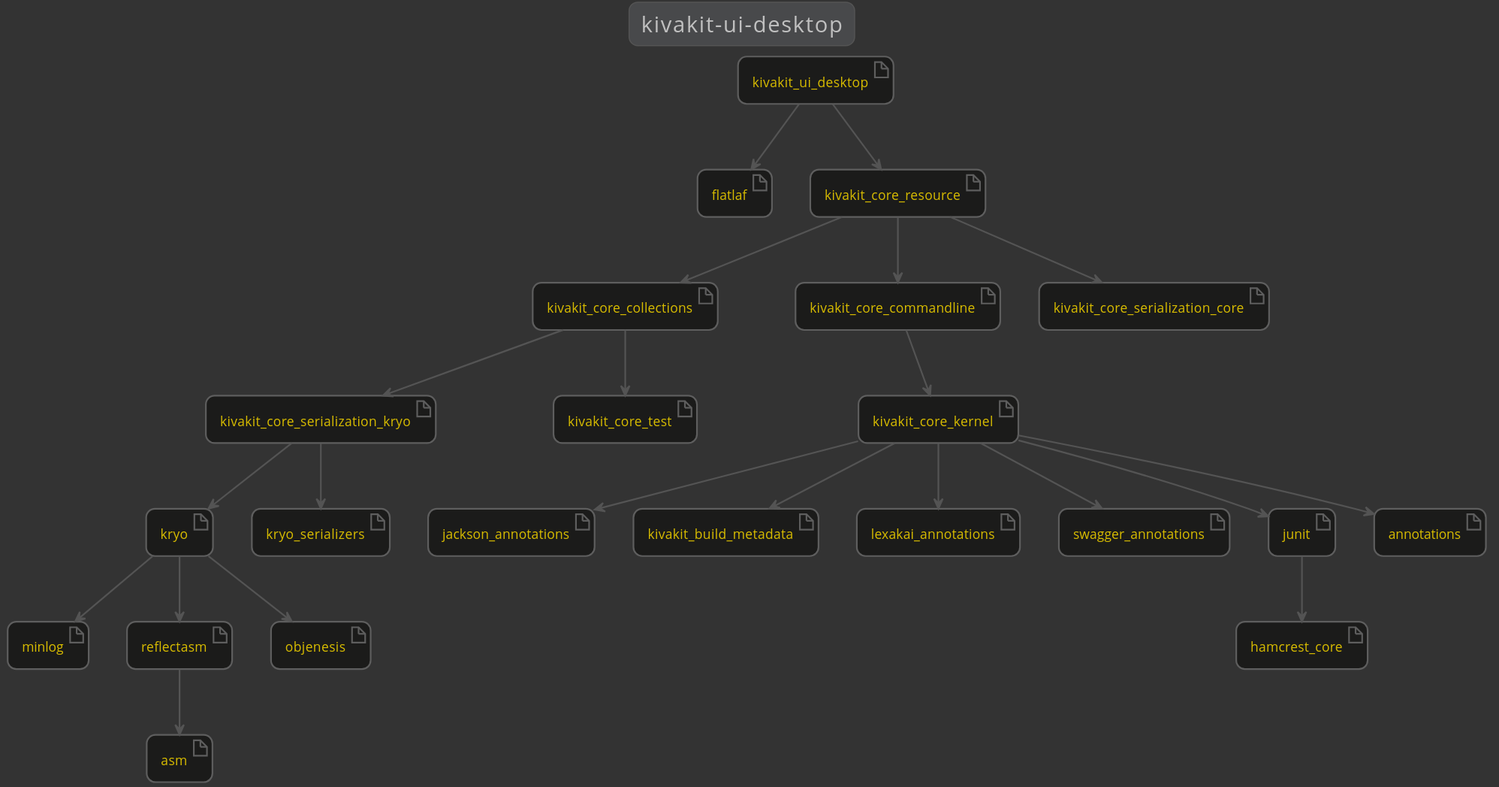
This is docs/lexakai/kivakit-extensions/kivakit-ui/desktop/documentation/diagrams/dependencies.svg from Telenav/kivakit-assets, a PlantUML export, as it was before one commit. Source of this version:
```plantuml
@startuml

    !include lexakai.theme

    title "kivakit-ui-desktop"

    artifact kryo
    artifact minlog
    artifact reflectasm
    artifact jackson_annotations
    artifact flatlaf
    artifact kivakit_build_metadata
    artifact kivakit_core_collections
    artifact kivakit_core_commandline
    artifact kivakit_core_kernel
    artifact kivakit_core_resource
    artifact kivakit_core_serialization_core
    artifact kivakit_core_serialization_kryo
    artifact kivakit_core_test
    artifact kivakit_ui_desktop
    artifact lexakai_annotations
    artifact kryo_serializers
    artifact swagger_annotations
    artifact junit
    artifact hamcrest_core
    artifact annotations
    artifact objenesis
    artifact asm
    junit --> hamcrest_core
    kivakit_core_collections --> kivakit_core_serialization_kryo
    kivakit_core_collections --> kivakit_core_test
    kivakit_core_commandline --> kivakit_core_kernel
    kivakit_core_kernel --> annotations
    kivakit_core_kernel --> jackson_annotations
    kivakit_core_kernel --> junit
    kivakit_core_kernel --> kivakit_build_metadata
    kivakit_core_kernel --> lexakai_annotations
    kivakit_core_kernel --> swagger_annotations
    kivakit_core_resource --> kivakit_core_collections
    kivakit_core_resource --> kivakit_core_commandline
    kivakit_core_resource --> kivakit_core_serialization_core
    kivakit_core_serialization_kryo --> kryo
    kivakit_core_serialization_kryo --> kryo_serializers
    kivakit_ui_desktop --> flatlaf
    kivakit_ui_desktop --> kivakit_core_resource
    kryo --> minlog
    kryo --> objenesis
    kryo --> reflectasm
    reflectasm --> asm

@enduml
```
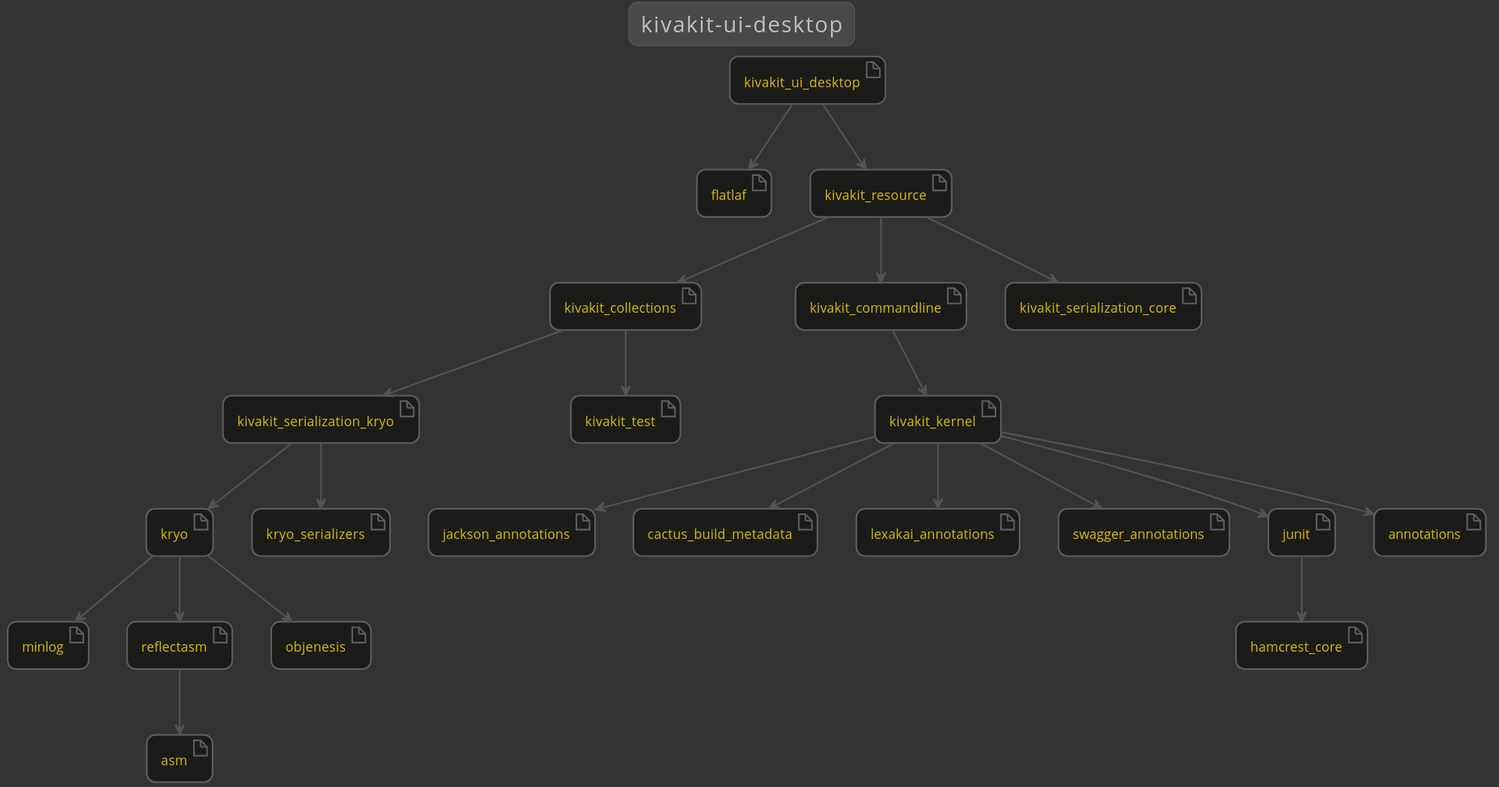
The same file after the commit.

What changed in the source:
```diff
@@ -9,14 +9,14 @@
     artifact reflectasm
     artifact jackson_annotations
     artifact flatlaf
-    artifact kivakit_build_metadata
-    artifact kivakit_core_collections
-    artifact kivakit_core_commandline
-    artifact kivakit_core_kernel
-    artifact kivakit_core_resource
-    artifact kivakit_core_serialization_core
-    artifact kivakit_core_serialization_kryo
-    artifact kivakit_core_test
+    artifact cactus_build_metadata
+    artifact kivakit_collections
+    artifact kivakit_commandline
+    artifact kivakit_kernel
+    artifact kivakit_resource
+    artifact kivakit_serialization_core
+    artifact kivakit_serialization_kryo
+    artifact kivakit_test
     artifact kivakit_ui_desktop
     artifact lexakai_annotations
     artifact kryo_serializers
@@ -27,22 +27,22 @@
     artifact objenesis
     artifact asm
     junit --> hamcrest_core
-    kivakit_core_collections --> kivakit_core_serialization_kryo
-    kivakit_core_collections --> kivakit_core_test
-    kivakit_core_commandline --> kivakit_core_kernel
-    kivakit_core_kernel --> annotations
-    kivakit_core_kernel --> jackson_annotations
-    kivakit_core_kernel --> junit
-    kivakit_core_kernel --> kivakit_build_metadata
-    kivakit_core_kernel --> lexakai_annotations
-    kivakit_core_kernel --> swagger_annotations
-    kivakit_core_resource --> kivakit_core_collections
-    kivakit_core_resource --> kivakit_core_commandline
-    kivakit_core_resource --> kivakit_core_serialization_core
-    kivakit_core_serialization_kryo --> kryo
-    kivakit_core_serialization_kryo --> kryo_serializers
+    kivakit_collections --> kivakit_serialization_kryo
+    kivakit_collections --> kivakit_test
+    kivakit_commandline --> kivakit_kernel
+    kivakit_kernel --> annotations
+    kivakit_kernel --> cactus_build_metadata
+    kivakit_kernel --> jackson_annotations
+    kivakit_kernel --> junit
+    kivakit_kernel --> lexakai_annotations
+    kivakit_kernel --> swagger_annotations
+    kivakit_resource --> kivakit_collections
+    kivakit_resource --> kivakit_commandline
+    kivakit_resource --> kivakit_serialization_core
+    kivakit_serialization_kryo --> kryo
+    kivakit_serialization_kryo --> kryo_serializers
     kivakit_ui_desktop --> flatlaf
-    kivakit_ui_desktop --> kivakit_core_resource
+    kivakit_ui_desktop --> kivakit_resource
     kryo --> minlog
     kryo --> objenesis
     kryo --> reflectasm
```
